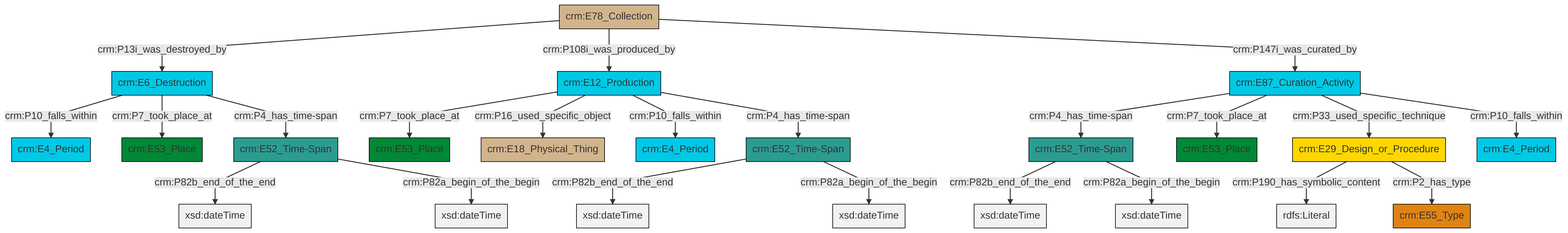
The Mermaid diagram et/archivalCSV/ttl/mmd/png/archival_existence.png in swiss-art-research-net/docs.swissartresearch, before a commit. Its source is kept beside it as et/archivalCSV/ttl/mmd/archival_existence.ttl.mmd.
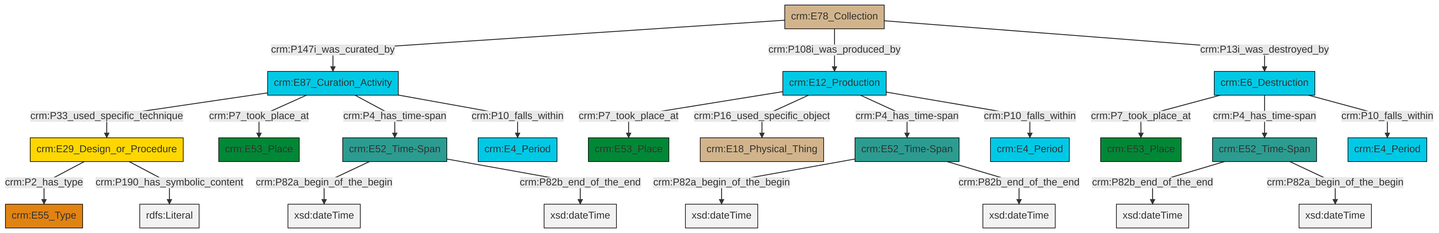
The same file after the commit.

Diff of the diagram source:
```diff
@@ -13,25 +13,25 @@
 classDef PC_Classes fill:#4ce600, stroke:#000000;
 classDef Multi fill:#cccccc,stroke:#000000;
 
-0["crm:E6_Destruction"]:::Temporal_Entity -->|crm:P10_falls_within| 1["crm:E4_Period"]:::Temporal_Entity
-2["crm:E78_Collection"]:::Physical_Thing -->|crm:P13i_was_destroyed_by| 0["crm:E6_Destruction"]:::Temporal_Entity
-6["crm:E52_Time-Span"]:::Time-Span -->|crm:P82b_end_of_the_end| 7[xsd:dateTime]:::Literal
-2["crm:E78_Collection"]:::Physical_Thing -->|crm:P108i_was_produced_by| 9["crm:E12_Production"]:::Temporal_Entity
-0["crm:E6_Destruction"]:::Temporal_Entity -->|crm:P7_took_place_at| 10["crm:E53_Place"]:::Place
-0["crm:E6_Destruction"]:::Temporal_Entity -->|crm:P4_has_time-span| 6["crm:E52_Time-Span"]:::Time-Span
-13["crm:E87_Curation_Activity"]:::Temporal_Entity -->|crm:P4_has_time-span| 14["crm:E52_Time-Span"]:::Time-Span
-16["crm:E29_Design_or_Procedure"]:::Conceptual_Object -->|crm:P190_has_symbolic_content| 17[rdfs:Literal]:::Literal
-9["crm:E12_Production"]:::Temporal_Entity -->|crm:P7_took_place_at| 18["crm:E53_Place"]:::Place
-9["crm:E12_Production"]:::Temporal_Entity -->|crm:P16_used_specific_object| 20["crm:E18_Physical_Thing"]:::Physical_Thing
-6["crm:E52_Time-Span"]:::Time-Span -->|crm:P82a_begin_of_the_begin| 23[xsd:dateTime]:::Literal
-2["crm:E78_Collection"]:::Physical_Thing -->|crm:P147i_was_curated_by| 13["crm:E87_Curation_Activity"]:::Temporal_Entity
-16["crm:E29_Design_or_Procedure"]:::Conceptual_Object -->|crm:P2_has_type| 21["crm:E55_Type"]:::Type
-14["crm:E52_Time-Span"]:::Time-Span -->|crm:P82b_end_of_the_end| 27[xsd:dateTime]:::Literal
-31["crm:E52_Time-Span"]:::Time-Span -->|crm:P82b_end_of_the_end| 32[xsd:dateTime]:::Literal
-31["crm:E52_Time-Span"]:::Time-Span -->|crm:P82a_begin_of_the_begin| 34[xsd:dateTime]:::Literal
-9["crm:E12_Production"]:::Temporal_Entity -->|crm:P10_falls_within| 29["crm:E4_Period"]:::Temporal_Entity
-9["crm:E12_Production"]:::Temporal_Entity -->|crm:P4_has_time-span| 31["crm:E52_Time-Span"]:::Time-Span
-13["crm:E87_Curation_Activity"]:::Temporal_Entity -->|crm:P7_took_place_at| 36["crm:E53_Place"]:::Place
-13["crm:E87_Curation_Activity"]:::Temporal_Entity -->|crm:P33_used_specific_technique| 16["crm:E29_Design_or_Procedure"]:::Conceptual_Object
-13["crm:E87_Curation_Activity"]:::Temporal_Entity -->|crm:P10_falls_within| 4["crm:E4_Period"]:::Temporal_Entity
-14["crm:E52_Time-Span"]:::Time-Span -->|crm:P82a_begin_of_the_begin| 38[xsd:dateTime]:::Literal
+4["crm:E52_Time-Span"]:::Time-Span -->|crm:P82a_begin_of_the_begin| 5[xsd:dateTime]:::Literal
+6["crm:E6_Destruction"]:::Temporal_Entity -->|crm:P7_took_place_at| 7["crm:E53_Place"]:::Place
+8["crm:E52_Time-Span"]:::Time-Span -->|crm:P82a_begin_of_the_begin| 9[xsd:dateTime]:::Literal
+17["crm:E29_Design_or_Procedure"]:::Conceptual_Object -->|crm:P2_has_type| 0["crm:E55_Type"]:::Type
+19["crm:E12_Production"]:::Temporal_Entity -->|crm:P7_took_place_at| 2["crm:E53_Place"]:::Place
+19["crm:E12_Production"]:::Temporal_Entity -->|crm:P16_used_specific_object| 11["crm:E18_Physical_Thing"]:::Physical_Thing
+20["crm:E78_Collection"]:::Physical_Thing -->|crm:P147i_was_curated_by| 22["crm:E87_Curation_Activity"]:::Temporal_Entity
+6["crm:E6_Destruction"]:::Temporal_Entity -->|crm:P4_has_time-span| 23["crm:E52_Time-Span"]:::Time-Span
+22["crm:E87_Curation_Activity"]:::Temporal_Entity -->|crm:P33_used_specific_technique| 17["crm:E29_Design_or_Procedure"]:::Conceptual_Object
+22["crm:E87_Curation_Activity"]:::Temporal_Entity -->|crm:P7_took_place_at| 13["crm:E53_Place"]:::Place
+22["crm:E87_Curation_Activity"]:::Temporal_Entity -->|crm:P4_has_time-span| 4["crm:E52_Time-Span"]:::Time-Span
+19["crm:E12_Production"]:::Temporal_Entity -->|crm:P4_has_time-span| 8["crm:E52_Time-Span"]:::Time-Span
+22["crm:E87_Curation_Activity"]:::Temporal_Entity -->|crm:P10_falls_within| 25["crm:E4_Period"]:::Temporal_Entity
+23["crm:E52_Time-Span"]:::Time-Span -->|crm:P82b_end_of_the_end| 29[xsd:dateTime]:::Literal
+8["crm:E52_Time-Span"]:::Time-Span -->|crm:P82b_end_of_the_end| 30[xsd:dateTime]:::Literal
+20["crm:E78_Collection"]:::Physical_Thing -->|crm:P108i_was_produced_by| 19["crm:E12_Production"]:::Temporal_Entity
+4["crm:E52_Time-Span"]:::Time-Span -->|crm:P82b_end_of_the_end| 31[xsd:dateTime]:::Literal
+6["crm:E6_Destruction"]:::Temporal_Entity -->|crm:P10_falls_within| 15["crm:E4_Period"]:::Temporal_Entity
+19["crm:E12_Production"]:::Temporal_Entity -->|crm:P10_falls_within| 34["crm:E4_Period"]:::Temporal_Entity
+23["crm:E52_Time-Span"]:::Time-Span -->|crm:P82a_begin_of_the_begin| 36[xsd:dateTime]:::Literal
+17["crm:E29_Design_or_Procedure"]:::Conceptual_Object -->|crm:P190_has_symbolic_content| 37[rdfs:Literal]:::Literal
+20["crm:E78_Collection"]:::Physical_Thing -->|crm:P13i_was_destroyed_by| 6["crm:E6_Destruction"]:::Temporal_Entity
```
